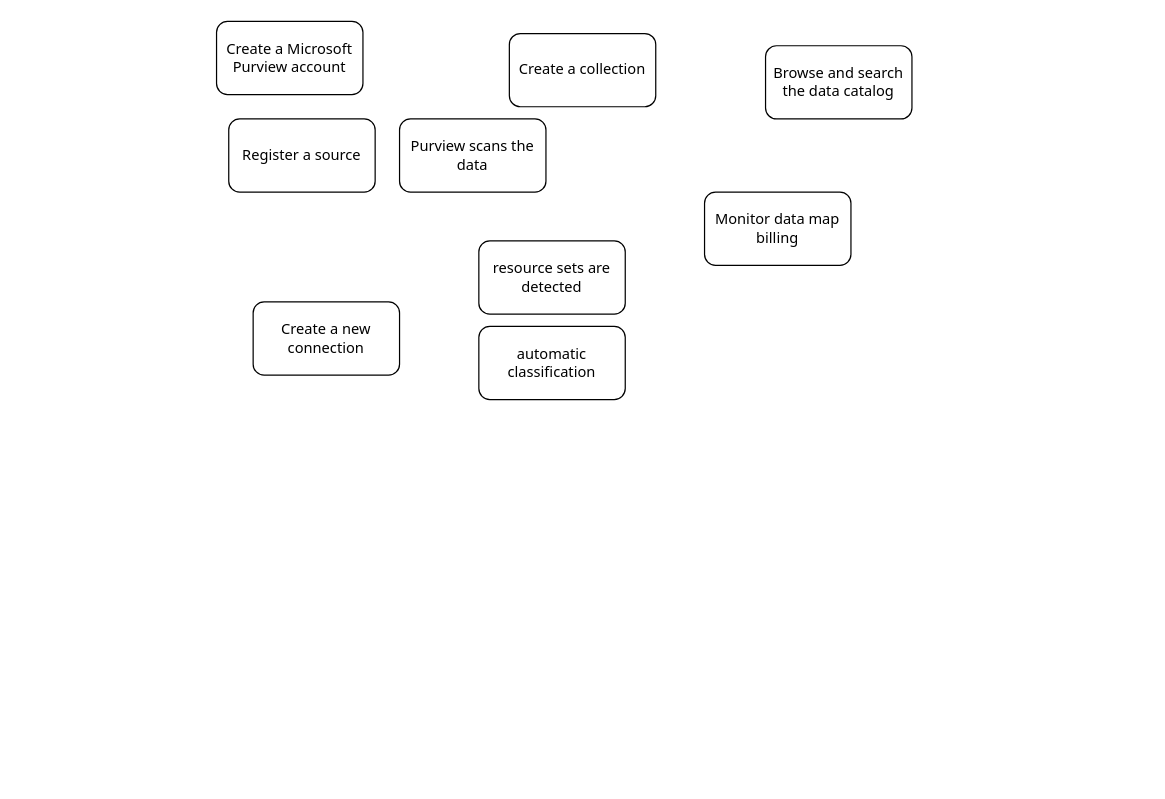
Above: page "azure purview lifecycle" (6 of 6) of Data Governance.drawio in kanchantewary/MindMaps (draw.io), before the change. Source tidied: cells renumbered, new cells numbered last; positions are measured from the earlier drawing's top-left corner, leaving out a move shared by most shapes. Both pictures are drawn from the tidied source at 122%, with x=0, y=0 at pixel (216, 21).
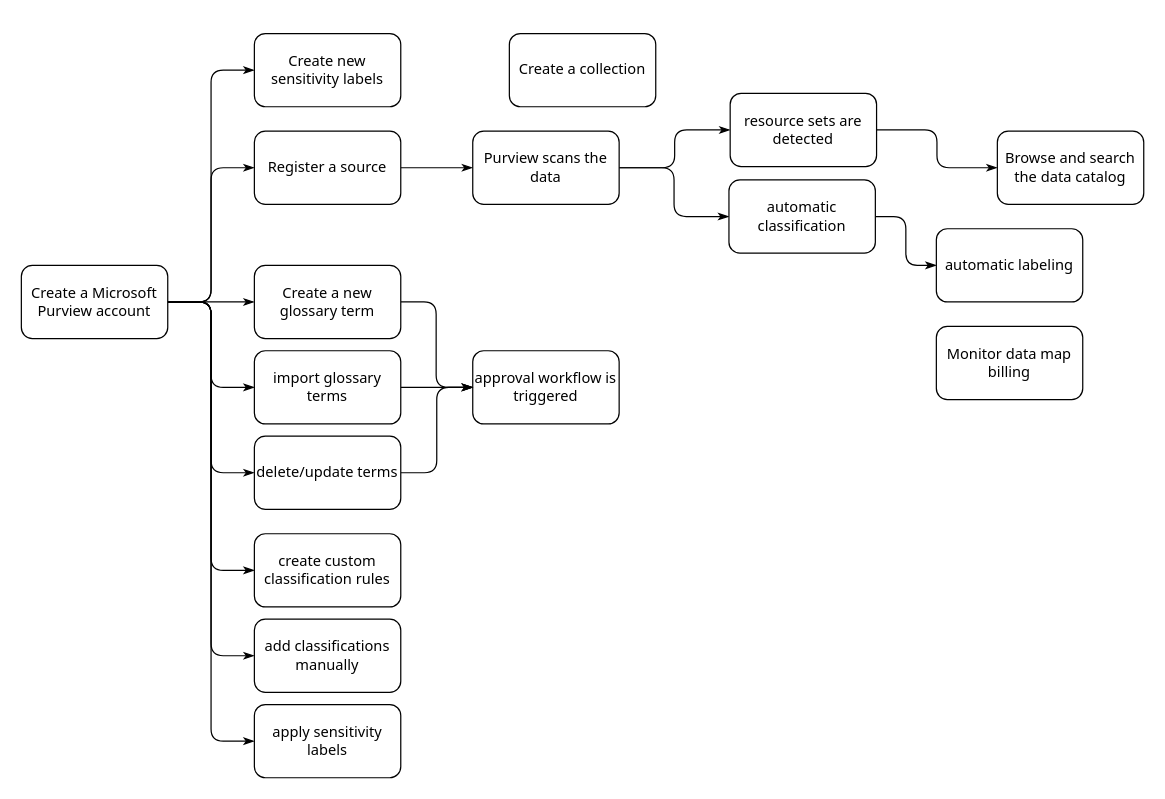
After the change.

What changed in the source:
```diff
@@
+    <mxCell id="11" style="edgeStyle=orthogonalEdgeStyle;rounded=1;jettySize=auto;html=1;fontFamily=Tahoma;endArrow=classicThin;endFill=1;" parent="1" edge="1" source="2" target="3">
+      <mxGeometry relative="1" as="geometry" />
+    </mxCell>
     <mxCell id="2" value="Register a source" style="rounded=1;whiteSpace=wrap;html=1;fontFamily=Tahoma;" parent="1" vertex="1">
-      <mxGeometry x="10" y="80" width="120" height="60" as="geometry" />
+      <mxGeometry x="31" y="90" width="120" height="60" as="geometry" />
     </mxCell>
+    <mxCell id="12" style="edgeStyle=orthogonalEdgeStyle;rounded=1;jettySize=auto;html=1;fontFamily=Tahoma;endArrow=classicThin;endFill=1;" parent="1" edge="1" source="3" target="4">
+      <mxGeometry relative="1" as="geometry" />
+    </mxCell>
+    <mxCell id="13" style="edgeStyle=orthogonalEdgeStyle;rounded=1;jettySize=auto;html=1;fontFamily=Tahoma;endArrow=classicThin;endFill=1;" parent="1" edge="1" source="3" target="5">
+      <mxGeometry relative="1" as="geometry" />
+    </mxCell>
     <mxCell id="3" value="Purview scans the data" style="rounded=1;whiteSpace=wrap;html=1;fontFamily=Tahoma;" parent="1" vertex="1">
-      <mxGeometry x="150" y="80" width="120" height="60" as="geometry" />
+      <mxGeometry x="210" y="90" width="120" height="60" as="geometry" />
     </mxCell>
+    <mxCell id="14" style="edgeStyle=orthogonalEdgeStyle;rounded=1;jettySize=auto;html=1;fontFamily=Tahoma;endArrow=classicThin;endFill=1;" parent="1" edge="1" source="4" target="9">
+      <mxGeometry relative="1" as="geometry" />
+    </mxCell>
     <mxCell id="4" value="resource sets are detected" style="rounded=1;whiteSpace=wrap;html=1;fontFamily=Tahoma;" parent="1" vertex="1">
-      <mxGeometry x="215" y="180" width="120" height="60" as="geometry" />
+      <mxGeometry x="421" y="59" width="120" height="60" as="geometry" />
     </mxCell>
+    <mxCell id="15" style="edgeStyle=orthogonalEdgeStyle;rounded=1;jettySize=auto;html=1;fontFamily=Tahoma;endArrow=classicThin;endFill=1;" parent="1" edge="1" source="5" target="34">
+      <mxGeometry relative="1" as="geometry" />
+    </mxCell>
     <mxCell id="5" value="automatic classification" style="rounded=1;whiteSpace=wrap;html=1;fontFamily=Tahoma;" parent="1" vertex="1">
-      <mxGeometry x="215" y="250" width="120" height="60" as="geometry" />
+      <mxGeometry x="420" y="130" width="120" height="60" as="geometry" />
     </mxCell>
+    <mxCell id="16" style="edgeStyle=orthogonalEdgeStyle;rounded=1;jettySize=auto;html=1;entryX=0;entryY=0.5;entryDx=0;entryDy=0;fontFamily=Tahoma;endArrow=classicThin;endFill=1;" parent="1" edge="1" source="6" target="2">
+      <mxGeometry relative="1" as="geometry" />
+    </mxCell>
+    <mxCell id="17" style="edgeStyle=orthogonalEdgeStyle;rounded=1;jettySize=auto;html=1;entryX=0;entryY=0.5;entryDx=0;entryDy=0;fontFamily=Tahoma;endArrow=classicThin;endFill=1;" parent="1" edge="1" source="6" target="25">
+      <mxGeometry relative="1" as="geometry" />
+    </mxCell>
+    <mxCell id="18" style="edgeStyle=orthogonalEdgeStyle;rounded=1;jettySize=auto;html=1;entryX=0;entryY=0.5;entryDx=0;entryDy=0;fontFamily=Tahoma;endArrow=classicThin;endFill=1;" parent="1" edge="1" source="6" target="27">
+      <mxGeometry relative="1" as="geometry" />
+    </mxCell>
+    <mxCell id="19" style="edgeStyle=orthogonalEdgeStyle;rounded=1;jettySize=auto;html=1;entryX=0;entryY=0.5;entryDx=0;entryDy=0;fontFamily=Tahoma;endArrow=classicThin;endFill=1;" parent="1" edge="1" source="6" target="29">
+      <mxGeometry relative="1" as="geometry" />
+    </mxCell>
+    <mxCell id="20" style="edgeStyle=orthogonalEdgeStyle;rounded=1;jettySize=auto;html=1;entryX=0;entryY=0.5;entryDx=0;entryDy=0;fontFamily=Tahoma;endArrow=classicThin;endFill=1;" parent="1" edge="1" source="6" target="30">
+      <mxGeometry relative="1" as="geometry" />
+    </mxCell>
+    <mxCell id="21" style="edgeStyle=orthogonalEdgeStyle;rounded=1;jettySize=auto;html=1;entryX=0;entryY=0.5;entryDx=0;entryDy=0;fontFamily=Tahoma;endArrow=classicThin;endFill=1;" parent="1" edge="1" source="6" target="31">
+      <mxGeometry relative="1" as="geometry" />
+    </mxCell>
+    <mxCell id="22" style="edgeStyle=orthogonalEdgeStyle;rounded=1;jettySize=auto;html=1;entryX=0;entryY=0.5;entryDx=0;entryDy=0;fontFamily=Tahoma;endArrow=classicThin;endFill=1;" parent="1" edge="1" source="6" target="32">
+      <mxGeometry relative="1" as="geometry" />
+    </mxCell>
+    <mxCell id="23" style="edgeStyle=orthogonalEdgeStyle;rounded=1;jettySize=auto;html=1;entryX=0;entryY=0.5;entryDx=0;entryDy=0;fontFamily=Tahoma;endArrow=classicThin;endFill=1;" parent="1" edge="1" source="6" target="33">
+      <mxGeometry relative="1" as="geometry" />
+    </mxCell>
     <mxCell id="6" value="Create a Microsoft Purview account" style="rounded=1;whiteSpace=wrap;html=1;fontFamily=Tahoma;" parent="1" vertex="1">
-      <mxGeometry width="120" height="60" as="geometry" />
+      <mxGeometry x="-160" y="200" width="120" height="60" as="geometry" />
     </mxCell>
     <mxCell id="7" value="Monitor data map billing" style="rounded=1;whiteSpace=wrap;html=1;fontFamily=Tahoma;" parent="1" vertex="1">
-      <mxGeometry x="400" y="140" width="120" height="60" as="geometry" />
+      <mxGeometry x="590" y="250" width="120" height="60" as="geometry" />
     </mxCell>
@@
     <mxCell id="9" value="Browse and search the data catalog" style="rounded=1;whiteSpace=wrap;html=1;fontFamily=Tahoma;" parent="1" vertex="1">
-      <mxGeometry x="450" y="20" width="120" height="60" as="geometry" />
+      <mxGeometry x="640" y="90" width="120" height="60" as="geometry" />
     </mxCell>
-    <mxCell id="10" value="Create a new connection" style="rounded=1;whiteSpace=wrap;html=1;fontFamily=Tahoma;" parent="1" vertex="1">
-      <mxGeometry x="30" y="230" width="120" height="60" as="geometry" />
+    <mxCell id="10" value="approval workflow is triggered" style="rounded=1;whiteSpace=wrap;html=1;fontFamily=Tahoma;" parent="1" vertex="1">
+      <mxGeometry x="210" y="270" width="120" height="60" as="geometry" />
     </mxCell>
+    <mxCell id="24" style="edgeStyle=orthogonalEdgeStyle;rounded=1;jettySize=auto;html=1;fontFamily=Tahoma;endArrow=classicThin;endFill=1;" parent="1" edge="1" source="25" target="10">
+      <mxGeometry relative="1" as="geometry">
+        <Array as="points">
+          <mxPoint x="180" y="230" />
+          <mxPoint x="180" y="300" />
+        </Array>
+      </mxGeometry>
+    </mxCell>
+    <mxCell id="25" value="Create a new glossary term" style="rounded=1;whiteSpace=wrap;html=1;fontFamily=Tahoma;" parent="1" vertex="1">
+      <mxGeometry x="31" y="200" width="120" height="60" as="geometry" />
+    </mxCell>
+    <mxCell id="26" style="edgeStyle=orthogonalEdgeStyle;rounded=1;jettySize=auto;html=1;entryX=0;entryY=0.5;entryDx=0;entryDy=0;fontFamily=Tahoma;endArrow=classicThin;endFill=1;" parent="1" edge="1" source="27" target="10">
+      <mxGeometry relative="1" as="geometry" />
+    </mxCell>
+    <mxCell id="27" value="import glossary terms" style="rounded=1;whiteSpace=wrap;html=1;fontFamily=Tahoma;" parent="1" vertex="1">
+      <mxGeometry x="31" y="270" width="120" height="60" as="geometry" />
+    </mxCell>
+    <mxCell id="28" style="edgeStyle=orthogonalEdgeStyle;rounded=1;jettySize=auto;html=1;entryX=0;entryY=0.5;entryDx=0;entryDy=0;fontFamily=Tahoma;endArrow=classicThin;endFill=1;" parent="1" edge="1" source="29" target="10">
+      <mxGeometry relative="1" as="geometry" />
+    </mxCell>
+    <mxCell id="29" value="delete/update terms" style="rounded=1;whiteSpace=wrap;html=1;fontFamily=Tahoma;" parent="1" vertex="1">
+      <mxGeometry x="31" y="340" width="120" height="60" as="geometry" />
+    </mxCell>
+    <mxCell id="30" value="create custom classification rules" style="rounded=1;whiteSpace=wrap;html=1;fontFamily=Tahoma;" parent="1" vertex="1">
+      <mxGeometry x="31" y="420" width="120" height="60" as="geometry" />
+    </mxCell>
+    <mxCell id="31" value="add classifications manually" style="rounded=1;whiteSpace=wrap;html=1;fontFamily=Tahoma;" parent="1" vertex="1">
+      <mxGeometry x="31" y="490" width="120" height="60" as="geometry" />
+    </mxCell>
+    <mxCell id="32" value="apply sensitivity labels" style="rounded=1;whiteSpace=wrap;html=1;fontFamily=Tahoma;" parent="1" vertex="1">
+      <mxGeometry x="31" y="560" width="120" height="60" as="geometry" />
+    </mxCell>
+    <mxCell id="33" value="Create new sensitivity labels" style="rounded=1;whiteSpace=wrap;html=1;fontFamily=Tahoma;" parent="1" vertex="1">
+      <mxGeometry x="31" y="10" width="120" height="60" as="geometry" />
+    </mxCell>
+    <mxCell id="34" value="automatic labeling" style="rounded=1;whiteSpace=wrap;html=1;fontFamily=Tahoma;" parent="1" vertex="1">
+      <mxGeometry x="590" y="170" width="120" height="60" as="geometry" />
+    </mxCell>
```
